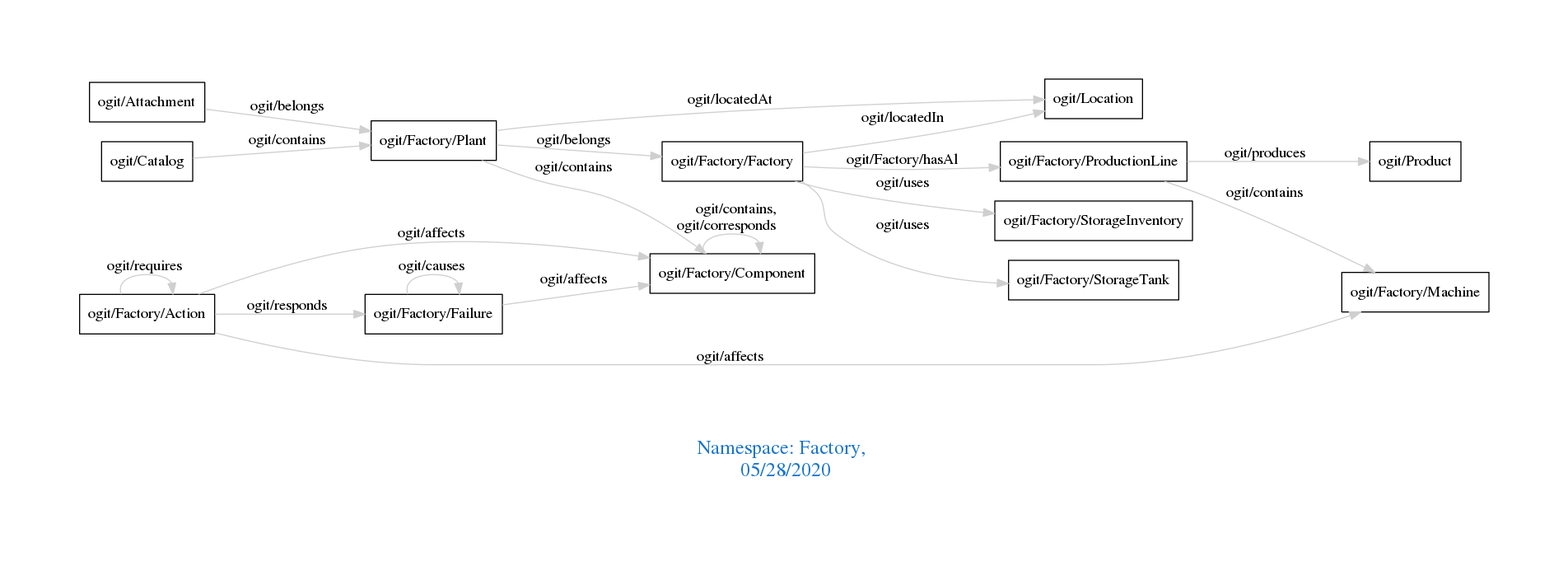
Before: downloads/Factory.png, a diagram exported from Graphviz (arago/OGIT). Its source is kept beside it as downloads/Factory.dot.
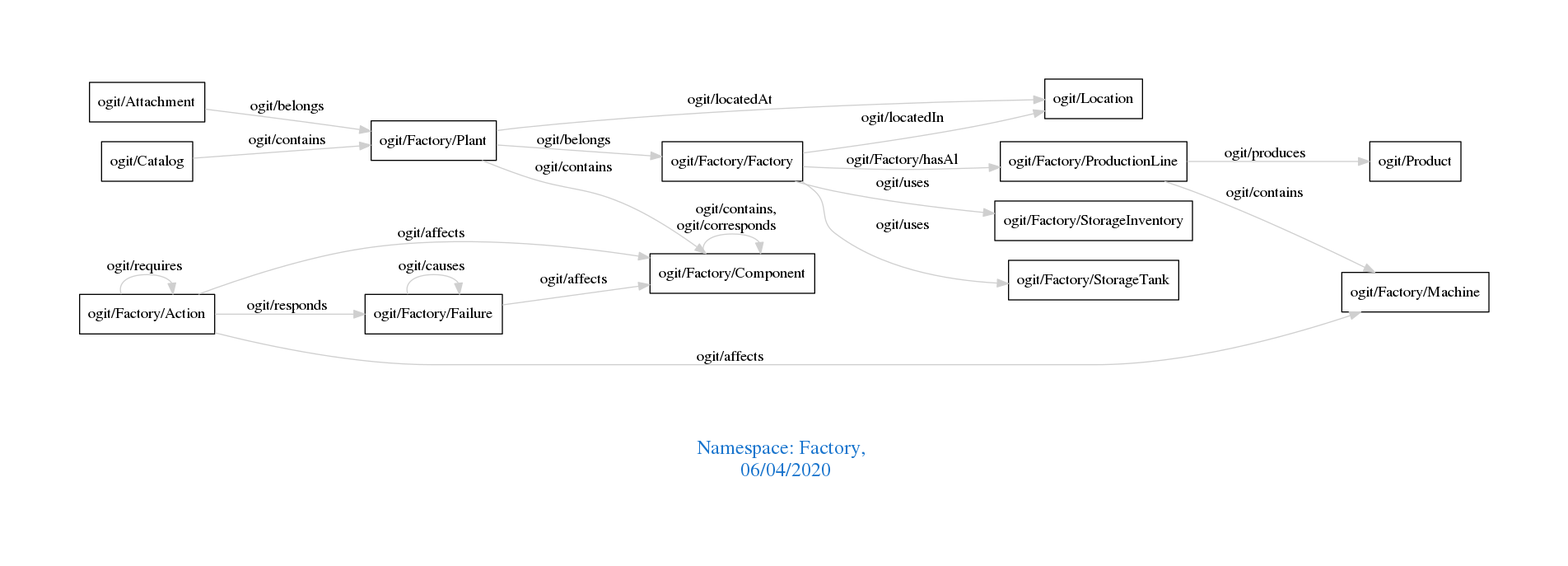
Later version of the same file.

Change to the diagram source:
```diff
@@ -1,7 +1,7 @@
 digraph OGIT_ontology {
  graph [ rankdir= LR,pad=1
 fontsize = 18,
-fontcolor= dodgerblue3,label = "\n\n\nNamespace: Factory, \n 05/28/2020"];
+fontcolor= dodgerblue3,label = "\n\n\nNamespace: Factory, \n 06/04/2020"];
 node[shape=polygon];
 edge [  color="gray81"];
 
```
